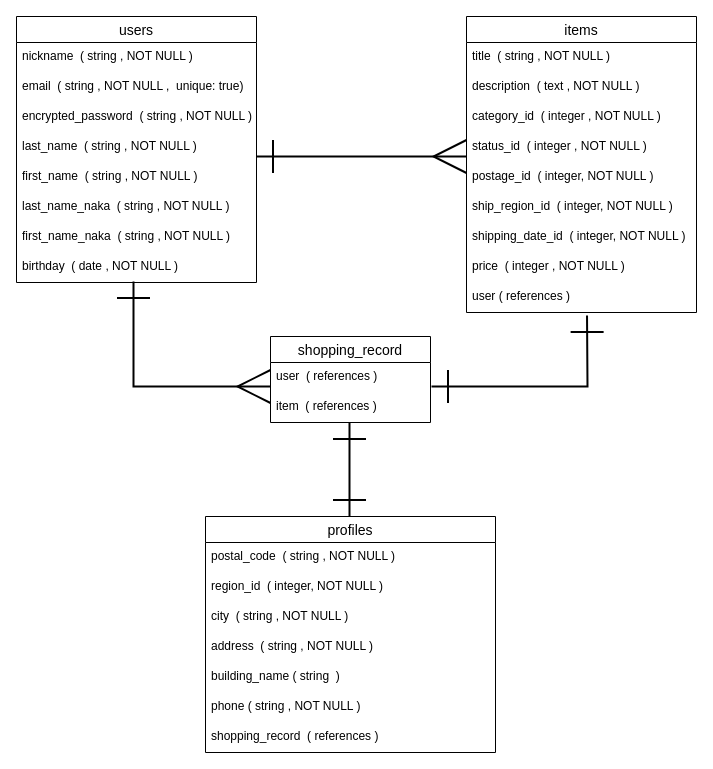
Earlier version of the draw.io diagram ER図.dio (fumi-ichikawa/furima-36216). Source tidied: cells renumbered, new cells numbered last; positions are measured from the earlier drawing's top-left corner, leaving out a move shared by most shapes. Both pictures are drawn from the tidied source at 100%, with x=0, y=0 at pixel (16, 16).
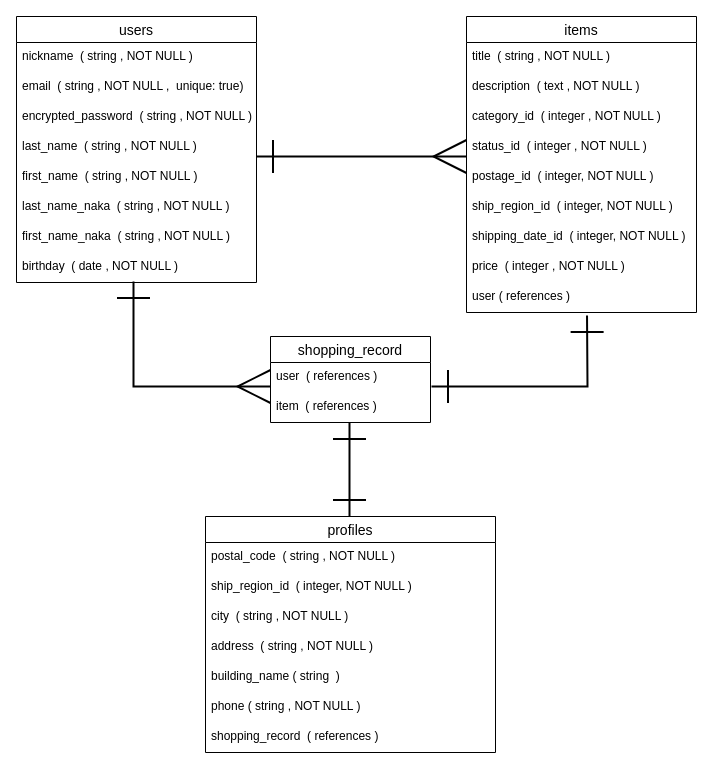
After the change.

Commit message (it also covers changes not shown here):
DB設計（修正③）

Unchanged cells that the change refers to:
```xml
<mxCell id="21" value="profiles" style="swimlane;fontStyle=0;horizontal=1;startSize=26;align=center;fontSize=14;" parent="1" vertex="1">
  <mxGeometry x="189" y="500" width="290" height="236" as="geometry" />
</mxCell>
```

The edit, as a diff of the source:
```diff
@@
-    <mxCell id="23" value="region_id  ( integer, NOT NULL )" style="text;strokeColor=none;fillColor=none;spacingLeft=4;spacingRight=4;overflow=hidden;fontSize=12;" parent="21" vertex="1">
+    <mxCell id="23" value="ship_region_id  ( integer, NOT NULL )" style="text;strokeColor=none;fillColor=none;spacingLeft=4;spacingRight=4;overflow=hidden;fontSize=12;" parent="21" vertex="1">
       <mxGeometry y="56" width="290" height="30" as="geometry" />
     </mxCell>
```
